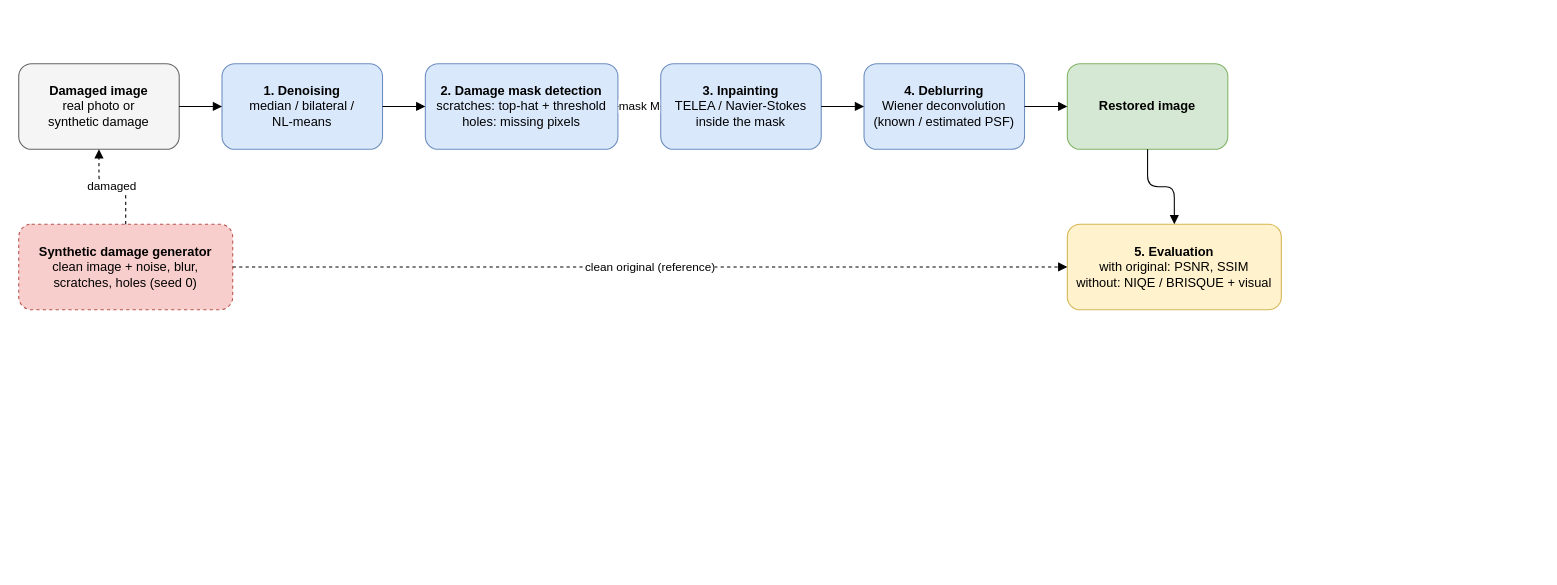
Before: docs/architecture.drawio in iv3bta/image-restoration, a draw.io diagram. Source tidied: cells renumbered, new cells numbered last; positions are measured from the earlier drawing's top-left corner, leaving out a move shared by most shapes. Both pictures are drawn from the tidied source at 107%, with x=0, y=0 at pixel (18, 63).
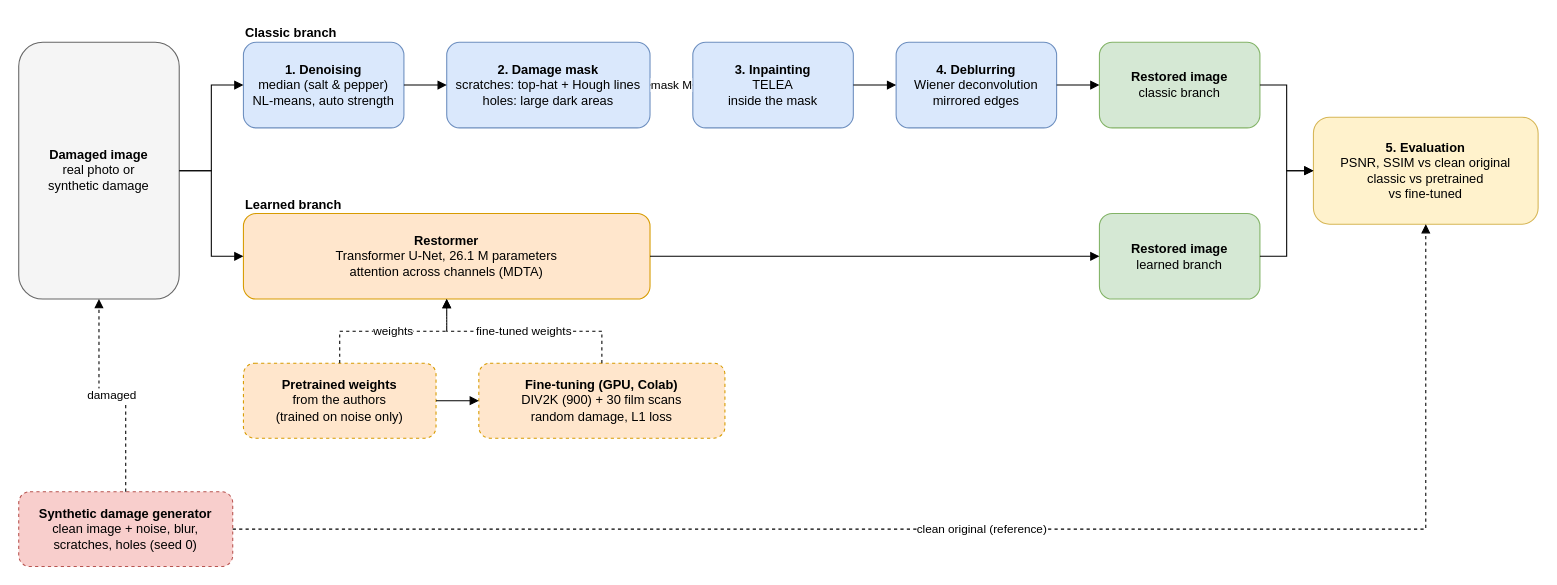
The same diagram, later.

Commit message (it also covers changes not shown here):
Update architecture diagram with the learned branch

The edit, as a diff of the source:
```diff
@@
     <mxCell id="2" value="&lt;b&gt;Damaged image&lt;/b&gt;&lt;br&gt;real photo or&lt;br&gt;synthetic damage" style="rounded=1;whiteSpace=wrap;html=1;fillColor=#f5f5f5;strokeColor=#666666;" parent="1" vertex="1">
-      <mxGeometry width="150" height="80" as="geometry" />
+      <mxGeometry y="-20" width="150" height="240" as="geometry" />
     </mxCell>
-    <mxCell id="3" value="&lt;b&gt;1. Denoising&lt;/b&gt;&lt;br&gt;median / bilateral /&lt;br&gt;NL-means" style="rounded=1;whiteSpace=wrap;html=1;fillColor=#dae8fc;strokeColor=#6c8ebf;" parent="1" vertex="1">
-      <mxGeometry x="190" width="150" height="80" as="geometry" />
+    <mxCell id="3" value="&lt;b&gt;1. Denoising&lt;/b&gt;&lt;br&gt;median (salt &amp; pepper)&lt;br&gt;NL-means, auto strength" style="rounded=1;whiteSpace=wrap;html=1;fillColor=#dae8fc;strokeColor=#6c8ebf;" parent="1" vertex="1">
+      <mxGeometry x="210" y="-20" width="150" height="80" as="geometry" />
     </mxCell>
-    <mxCell id="4" value="&lt;b&gt;2. Damage mask detection&lt;/b&gt;&lt;br&gt;scratches: top-hat + threshold&lt;br&gt;holes: missing pixels" style="rounded=1;whiteSpace=wrap;html=1;fillColor=#dae8fc;strokeColor=#6c8ebf;" parent="1" vertex="1">
-      <mxGeometry x="380" width="180" height="80" as="geometry" />
+    <mxCell id="4" value="&lt;b&gt;2. Damage mask&lt;/b&gt;&lt;br&gt;scratches: top-hat + Hough lines&lt;br&gt;holes: large dark areas" style="rounded=1;whiteSpace=wrap;html=1;fillColor=#dae8fc;strokeColor=#6c8ebf;" parent="1" vertex="1">
+      <mxGeometry x="400" y="-20" width="190" height="80" as="geometry" />
     </mxCell>
-    <mxCell id="5" value="&lt;b&gt;3. Inpainting&lt;/b&gt;&lt;br&gt;TELEA / Navier-Stokes&lt;br&gt;inside the mask" style="rounded=1;whiteSpace=wrap;html=1;fillColor=#dae8fc;strokeColor=#6c8ebf;" parent="1" vertex="1">
-      <mxGeometry x="600" width="150" height="80" as="geometry" />
+    <mxCell id="5" value="&lt;b&gt;3. Inpainting&lt;/b&gt;&lt;br&gt;TELEA&lt;br&gt;inside the mask" style="rounded=1;whiteSpace=wrap;html=1;fillColor=#dae8fc;strokeColor=#6c8ebf;" parent="1" vertex="1">
+      <mxGeometry x="630" y="-20" width="150" height="80" as="geometry" />
     </mxCell>
-    <mxCell id="6" value="&lt;b&gt;4. Deblurring&lt;/b&gt;&lt;br&gt;Wiener deconvolution&lt;br&gt;(known / estimated PSF)" style="rounded=1;whiteSpace=wrap;html=1;fillColor=#dae8fc;strokeColor=#6c8ebf;" parent="1" vertex="1">
-      <mxGeometry x="790" width="150" height="80" as="geometry" />
+    <mxCell id="6" value="&lt;b&gt;4. Deblurring&lt;/b&gt;&lt;br&gt;Wiener deconvolution&lt;br&gt;mirrored edges" style="rounded=1;whiteSpace=wrap;html=1;fillColor=#dae8fc;strokeColor=#6c8ebf;" parent="1" vertex="1">
+      <mxGeometry x="820" y="-20" width="150" height="80" as="geometry" />
     </mxCell>
-    <mxCell id="7" value="&lt;b&gt;Restored image&lt;/b&gt;" style="rounded=1;whiteSpace=wrap;html=1;fillColor=#d5e8d4;strokeColor=#82b366;" parent="1" vertex="1">
-      <mxGeometry x="980" width="150" height="80" as="geometry" />
-    </mxCell>
+    <mxCell id="18" value="&lt;b&gt;Restored image&lt;/b&gt;&lt;br&gt;classic branch" style="rounded=1;whiteSpace=wrap;html=1;fillColor=#d5e8d4;strokeColor=#82b366;" parent="1" vertex="1">
+      <mxGeometry x="1010" y="-20" width="150" height="80" as="geometry" />
+    </mxCell>
+    <mxCell id="19" value="&lt;b&gt;Restormer&lt;/b&gt;&lt;br&gt;Transformer U-Net, 26.1 M parameters&lt;br&gt;attention across channels (MDTA)" style="rounded=1;whiteSpace=wrap;html=1;fillColor=#ffe6cc;strokeColor=#d79b00;" parent="1" vertex="1">
+      <mxGeometry x="210" y="140" width="380" height="80" as="geometry" />
+    </mxCell>
+    <mxCell id="20" value="&lt;b&gt;Restored image&lt;/b&gt;&lt;br&gt;learned branch" style="rounded=1;whiteSpace=wrap;html=1;fillColor=#d5e8d4;strokeColor=#82b366;" parent="1" vertex="1">
+      <mxGeometry x="1010" y="140" width="150" height="80" as="geometry" />
+    </mxCell>
+    <mxCell id="21" value="&lt;b&gt;Pretrained weights&lt;/b&gt;&lt;br&gt;from the authors&lt;br&gt;(trained on noise only)" style="rounded=1;whiteSpace=wrap;html=1;fillColor=#ffe6cc;strokeColor=#d79b00;dashed=1;" parent="1" vertex="1">
+      <mxGeometry x="210" y="280" width="180" height="70" as="geometry" />
+    </mxCell>
+    <mxCell id="22" value="&lt;b&gt;Fine-tuning (GPU, Colab)&lt;/b&gt;&lt;br&gt;DIV2K (900) + 30 film scans&lt;br&gt;random damage, L1 loss" style="rounded=1;whiteSpace=wrap;html=1;fillColor=#ffe6cc;strokeColor=#d79b00;dashed=1;" parent="1" vertex="1">
+      <mxGeometry x="430" y="280" width="230" height="70" as="geometry" />
+    </mxCell>
-    <mxCell id="8" value="&lt;b&gt;5. Evaluation&lt;/b&gt;&lt;br&gt;with original: PSNR, SSIM&lt;br&gt;without: NIQE / BRISQUE + visual" style="rounded=1;whiteSpace=wrap;html=1;fillColor=#fff2cc;strokeColor=#d6b656;" parent="1" vertex="1">
-      <mxGeometry x="980" y="150" width="200" height="80" as="geometry" />
+    <mxCell id="8" value="&lt;b&gt;5. Evaluation&lt;/b&gt;&lt;br&gt;PSNR, SSIM vs clean original&lt;br&gt;classic vs pretrained&lt;br&gt;vs fine-tuned" style="rounded=1;whiteSpace=wrap;html=1;fillColor=#fff2cc;strokeColor=#d6b656;" parent="1" vertex="1">
+      <mxGeometry x="1210" y="50" width="210" height="100" as="geometry" />
     </mxCell>
     <mxCell id="9" value="&lt;b&gt;Synthetic damage generator&lt;/b&gt;&lt;br&gt;clean image + noise, blur,&lt;br&gt;scratches, holes (seed 0)" style="rounded=1;whiteSpace=wrap;html=1;fillColor=#f8cecc;strokeColor=#b85450;dashed=1;" parent="1" vertex="1">
-      <mxGeometry y="150" width="200" height="80" as="geometry" />
+      <mxGeometry y="400" width="200" height="70" as="geometry" />
     </mxCell>
+    <mxCell id="23" style="edgeStyle=orthogonalEdgeStyle;rounded=0;html=1;endArrow=block;" parent="1" edge="1" source="2" target="3">
+      <mxGeometry relative="1" as="geometry" />
+    </mxCell>
-    <mxCell id="10" style="edgeStyle=orthogonalEdgeStyle;html=1;endArrow=block;" parent="1" edge="1" source="2" target="3">
+    <mxCell id="10" style="edgeStyle=orthogonalEdgeStyle;rounded=0;html=1;endArrow=block;" parent="1" edge="1" source="3" target="4">
       <mxGeometry relative="1" as="geometry" />
     </mxCell>
-    <mxCell id="11" style="edgeStyle=orthogonalEdgeStyle;html=1;endArrow=block;" parent="1" edge="1" source="3" target="4">
+    <mxCell id="11" value="mask M" style="edgeStyle=orthogonalEdgeStyle;rounded=0;html=1;endArrow=block;" parent="1" edge="1" source="4" target="5">
       <mxGeometry relative="1" as="geometry" />
     </mxCell>
-    <mxCell id="12" value="mask M" style="edgeStyle=orthogonalEdgeStyle;html=1;endArrow=block;" parent="1" edge="1" source="4" target="5">
+    <mxCell id="12" style="edgeStyle=orthogonalEdgeStyle;rounded=0;html=1;endArrow=block;" parent="1" edge="1" source="5" target="6">
       <mxGeometry relative="1" as="geometry" />
     </mxCell>
-    <mxCell id="13" style="edgeStyle=orthogonalEdgeStyle;html=1;endArrow=block;" parent="1" edge="1" source="5" target="6">
+    <mxCell id="13" style="edgeStyle=orthogonalEdgeStyle;rounded=0;html=1;endArrow=block;" parent="1" edge="1" source="6" target="18">
       <mxGeometry relative="1" as="geometry" />
     </mxCell>
-    <mxCell id="14" style="edgeStyle=orthogonalEdgeStyle;html=1;endArrow=block;" parent="1" edge="1" source="6" target="7">
+    <mxCell id="14" style="edgeStyle=orthogonalEdgeStyle;rounded=0;html=1;endArrow=block;" parent="1" edge="1" source="2" target="19">
       <mxGeometry relative="1" as="geometry" />
     </mxCell>
-    <mxCell id="15" style="edgeStyle=orthogonalEdgeStyle;html=1;endArrow=block;" parent="1" edge="1" source="7" target="8">
+    <mxCell id="15" style="edgeStyle=orthogonalEdgeStyle;rounded=0;html=1;endArrow=block;" parent="1" edge="1" source="19" target="20">
       <mxGeometry relative="1" as="geometry" />
     </mxCell>
-    <mxCell id="16" value="damaged" style="edgeStyle=orthogonalEdgeStyle;html=1;endArrow=block;dashed=1;" parent="1" edge="1" source="9" target="2">
+    <mxCell id="16" style="edgeStyle=orthogonalEdgeStyle;rounded=0;html=1;endArrow=block;" parent="1" edge="1" source="21" target="22">
       <mxGeometry relative="1" as="geometry" />
     </mxCell>
-    <mxCell id="17" value="clean original (reference)" style="edgeStyle=orthogonalEdgeStyle;html=1;endArrow=block;dashed=1;" parent="1" edge="1" source="9" target="8">
+    <mxCell id="17" value="weights" style="edgeStyle=orthogonalEdgeStyle;rounded=0;html=1;endArrow=block;dashed=1;" parent="1" edge="1" source="21" target="19">
       <mxGeometry relative="1" as="geometry" />
     </mxCell>
+    <mxCell id="24" value="fine-tuned weights" style="edgeStyle=orthogonalEdgeStyle;rounded=0;html=1;endArrow=block;dashed=1;" parent="1" edge="1" source="22" target="19">
+      <mxGeometry relative="1" as="geometry" />
+    </mxCell>
+    <mxCell id="25" style="edgeStyle=orthogonalEdgeStyle;rounded=0;html=1;endArrow=block;" parent="1" edge="1" source="18" target="8">
+      <mxGeometry relative="1" as="geometry" />
+    </mxCell>
+    <mxCell id="26" style="edgeStyle=orthogonalEdgeStyle;rounded=0;html=1;endArrow=block;" parent="1" edge="1" source="20" target="8">
+      <mxGeometry relative="1" as="geometry" />
+    </mxCell>
+    <mxCell id="27" value="damaged" style="edgeStyle=orthogonalEdgeStyle;rounded=0;html=1;endArrow=block;dashed=1;" parent="1" edge="1" source="9" target="2">
+      <mxGeometry relative="1" as="geometry" />
+    </mxCell>
+    <mxCell id="28" value="clean original (reference)" style="edgeStyle=orthogonalEdgeStyle;rounded=0;html=1;endArrow=block;dashed=1;" parent="1" edge="1" source="9" target="8">
+      <mxGeometry relative="1" as="geometry" />
+    </mxCell>
+    <mxCell id="29" value="&lt;b&gt;Classic branch&lt;/b&gt;" style="text;html=1;align=left;" parent="1" vertex="1">
+      <mxGeometry x="210" y="-42" width="150" height="20" as="geometry" />
+    </mxCell>
+    <mxCell id="30" value="&lt;b&gt;Learned branch&lt;/b&gt;" style="text;html=1;align=left;" parent="1" vertex="1">
+      <mxGeometry x="210" y="118" width="150" height="20" as="geometry" />
+    </mxCell>
```
